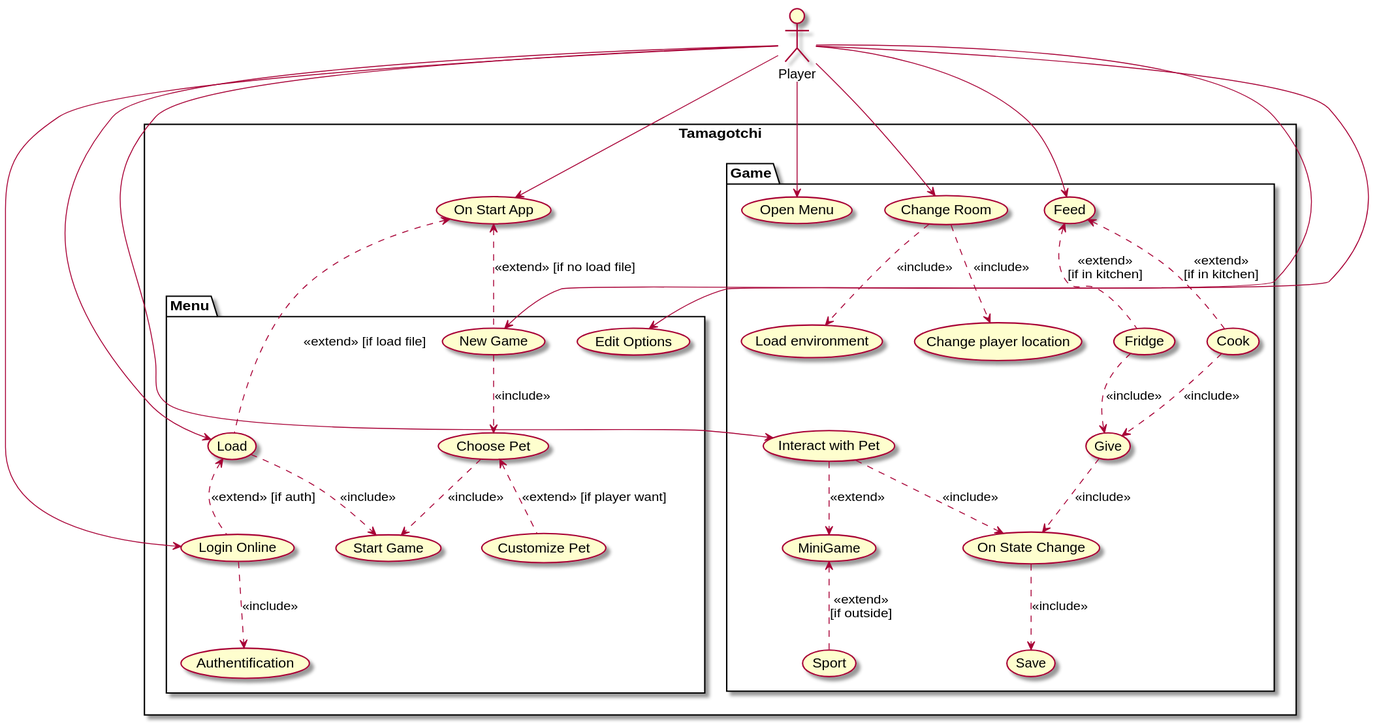
The PlantUML diagram use-case.svg in 83NJAM1/Tamagotchi, before a commit. Its diagram source:
```plantuml
@startuml

:Player: as p

rectangle Tamagotchi {

    (On Start App)

    package Menu {

        (Login Online) ..> (Authentification) : <<include>>
        (New Game) ..> (Choose Pet) : <<include>>
        (Load) ..> (Start Game) : <<include>>
        (Load) <.. (Login Online) : <<extend>> [if auth]
        (On Start App) <.. (Load) : <<extend>> [if load file]
        (On Start App) <.. (New Game) : <<extend>> [if no load file]
        (Choose Pet) <.. (Customize Pet) : <<extend>> [if player want]
        (Choose Pet) ..> (Start Game) : <<include>>
        (Edit Options)

    }

    package Game {
        (Open Menu)
        (Change Room) ..> (Change player location) : <<include>>
        (Change Room) ..> (Load environment) : <<include>>
        (On State Change) ..> (Save) : <<include>>
        (Give) ..> (On State Change) : <<include>>
        (Cook) ..> (Give) : <<include>>
        (Fridge) ..> (Give) : <<include>>
        (Feed) <.. (Cook) : <<extend>>\n[if in kitchen]
        (Feed) <.. (Fridge) : <<extend>>\n[if in kitchen]
        (MiniGame) <.. (Sport) : <<extend>>\n[if outside]
        (Interact with Pet) ..> (On State Change) : <<include>>
        (Interact with Pet) ..> (MiniGame) : <<extend>>
    }

    p --> (Edit Options)
    p --> (On Start App)
    p --> (Login Online)
    p --> (New Game)
    p --> (Load)
    p --> (Change Room)
    p --> (Feed)
    p --> (Interact with Pet)
    p --> (Open Menu)
}

@enduml
```
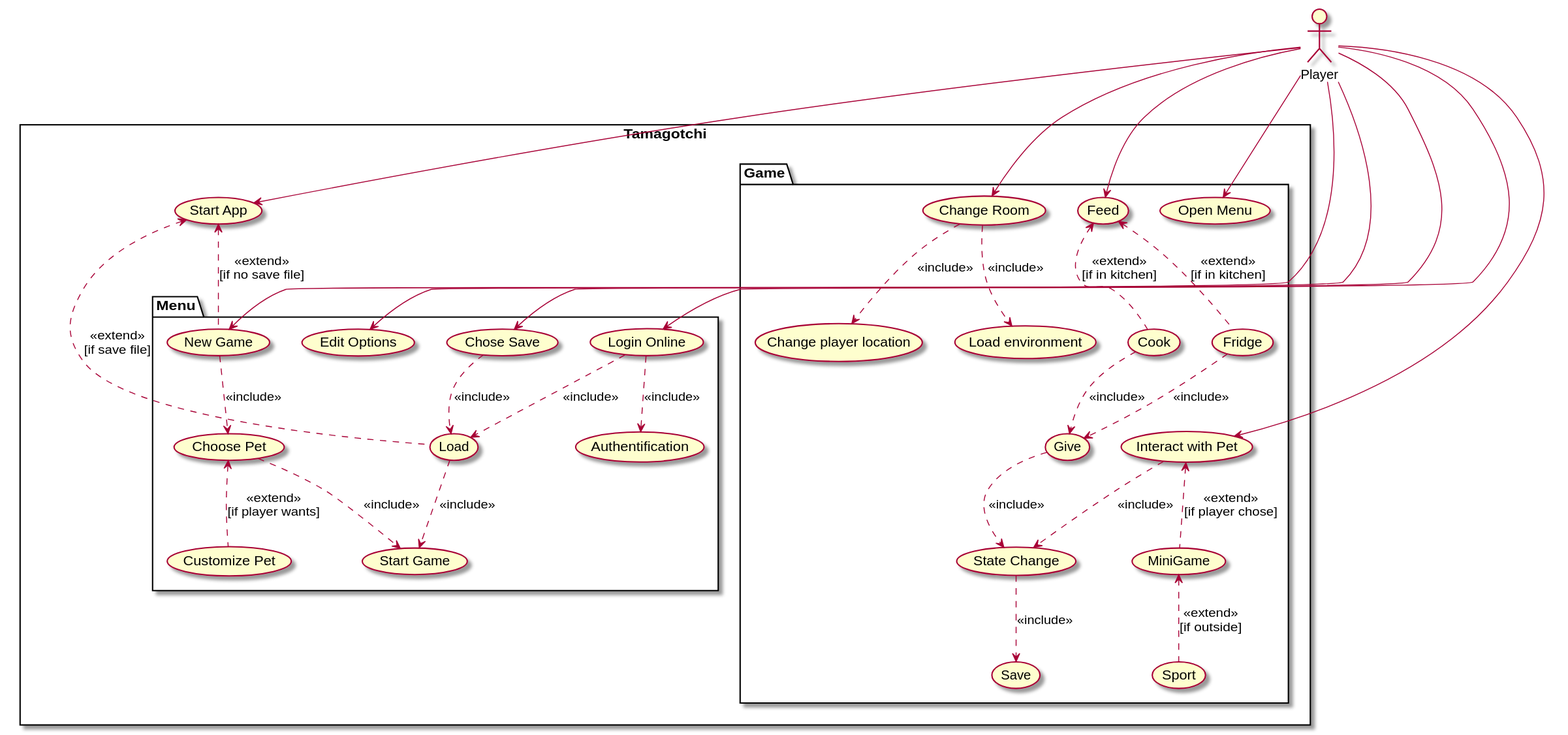
The same file after the commit.

What changed in the source:
```diff
@@ -4,46 +4,46 @@
 
 rectangle Tamagotchi {
 
-    (On Start App)
+    p -> (Start App)
 
     package Menu {
 
+        p --> (Edit Options)
+        p --> (New Game)
+        p --> (Chose Save)
+        p --> (Login Online)
+
+        (Load) ..> (Start Game) : <<include>>
+        (New Game) ..> (Choose Pet) : <<include>>
         (Login Online) ..> (Authentification) : <<include>>
-        (New Game) ..> (Choose Pet) : <<include>>
-        (Load) ..> (Start Game) : <<include>>
-        (Load) <.. (Login Online) : <<extend>> [if auth]
-        (On Start App) <.. (Load) : <<extend>> [if load file]
-        (On Start App) <.. (New Game) : <<extend>> [if no load file]
-        (Choose Pet) <.. (Customize Pet) : <<extend>> [if player want]
+        (Login Online) ..> (Load) : <<include>>
+        (Chose Save) ..> (Load) : <<include>>
+        (Start App) <.. (Load) : <<extend>>\n[if save file]
+        (Start App) <.. (New Game) : <<extend>>\n[if no save file]
+        (Choose Pet) <.. (Customize Pet) : <<extend>>\n[if player wants]
         (Choose Pet) ..> (Start Game) : <<include>>
         (Edit Options)
-
     }
 
     package Game {
-        (Open Menu)
+
+        p --> (Change Room)
+        p --> (Feed)
+        p --> (Interact with Pet)
+        p --> (Open Menu)
+
         (Change Room) ..> (Change player location) : <<include>>
         (Change Room) ..> (Load environment) : <<include>>
-        (On State Change) ..> (Save) : <<include>>
-        (Give) ..> (On State Change) : <<include>>
+        (State Change) ..> (Save) : <<include>>
+        (Give) ..> (State Change) : <<include>>
         (Cook) ..> (Give) : <<include>>
         (Fridge) ..> (Give) : <<include>>
         (Feed) <.. (Cook) : <<extend>>\n[if in kitchen]
         (Feed) <.. (Fridge) : <<extend>>\n[if in kitchen]
         (MiniGame) <.. (Sport) : <<extend>>\n[if outside]
-        (Interact with Pet) ..> (On State Change) : <<include>>
-        (Interact with Pet) ..> (MiniGame) : <<extend>>
+        (Interact with Pet) ..> (State Change) : <<include>>
+        (Interact with Pet) <.. (MiniGame) : <<extend>>\n[if player chose]
     }
-
-    p --> (Edit Options)
-    p --> (On Start App)
-    p --> (Login Online)
-    p --> (New Game)
-    p --> (Load)
-    p --> (Change Room)
-    p --> (Feed)
-    p --> (Interact with Pet)
-    p --> (Open Menu)
 }
 
 @enduml
```
